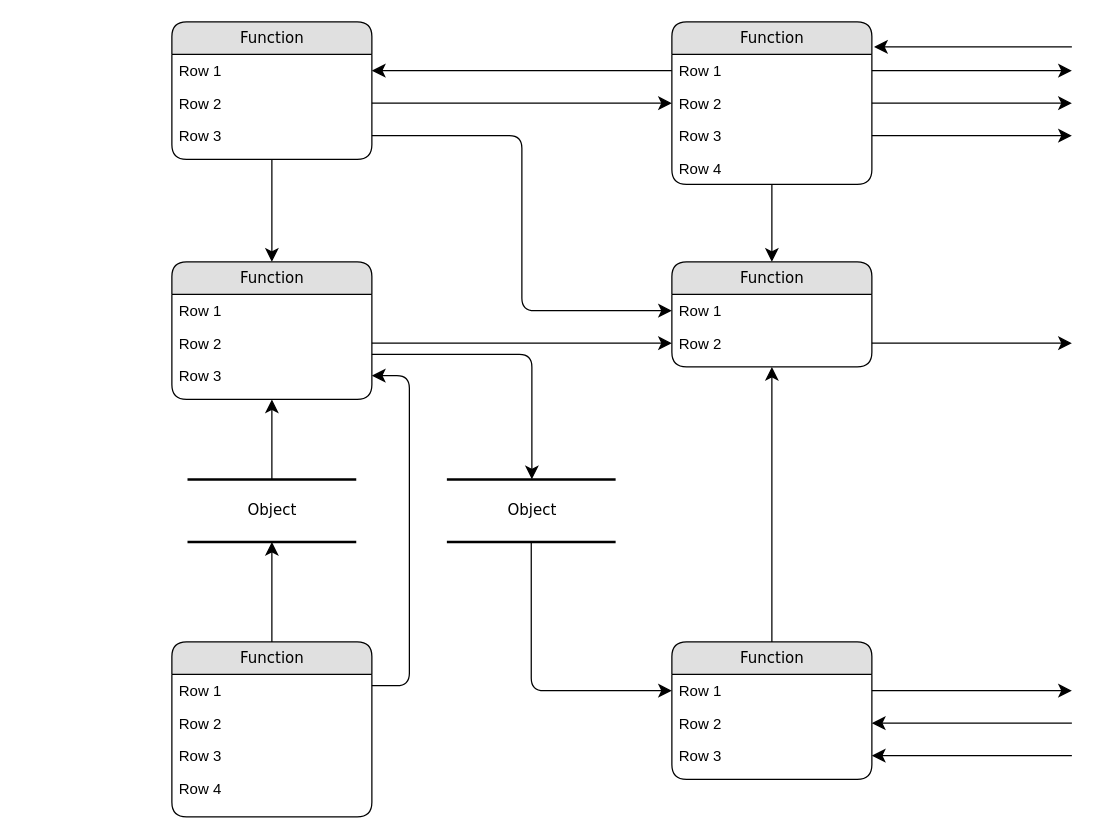
Before: dataflow.drawio in AswathiGR/DFD, a draw.io diagram. Source tidied: cells renumbered, new cells numbered last; positions are measured from the earlier drawing's top-left corner, leaving out a move shared by most shapes. Both pictures are drawn from the tidied source at 125%, with x=0, y=0 at pixel (171, 21).
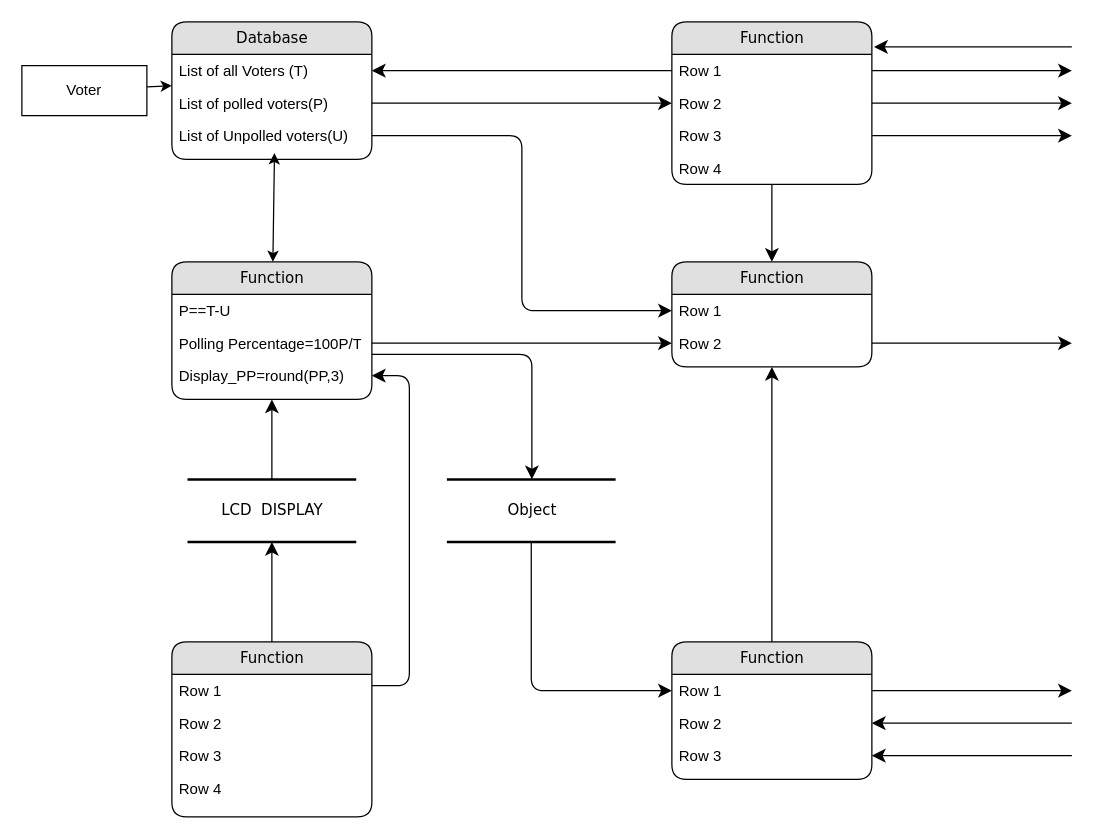
Above is the later version.

The change refers to these unchanged cells:
```xml
<mxCell id="12" value="Function" style="swimlane;html=1;fontStyle=0;horizontal=1;startSize=26;fillColor=#e0e0e0;swimlaneFillColor=#ffffff;align=center;rounded=1;shadow=0;comic=0;labelBackgroundColor=none;strokeWidth=1;fontFamily=Verdana;fontSize=12;" parent="1" vertex="1">
  <mxGeometry y="192" width="160" height="110" as="geometry" />
</mxCell>
```

What changed in the source:
```diff
@@
-    <mxCell id="2" value="Object" style="html=1;rounded=0;shadow=0;comic=0;labelBackgroundColor=none;strokeWidth=2;fontFamily=Verdana;fontSize=12;align=center;shape=mxgraph.ios7ui.horLines;" parent="1" vertex="1">
+    <mxCell id="2" value="LCD&amp;nbsp; DISPLAY" style="html=1;rounded=0;shadow=0;comic=0;labelBackgroundColor=none;strokeWidth=2;fontFamily=Verdana;fontSize=12;align=center;shape=mxgraph.ios7ui.horLines;" parent="1" vertex="1">
       <mxGeometry x="12.5" y="366" width="135" height="50" as="geometry" />
     </mxCell>
-    <mxCell id="3" value="Function" style="swimlane;html=1;fontStyle=0;horizontal=1;startSize=26;fillColor=#e0e0e0;swimlaneFillColor=#ffffff;align=center;rounded=1;shadow=0;comic=0;labelBackgroundColor=none;strokeWidth=1;fontFamily=Verdana;fontSize=12;" parent="1" vertex="1">
+    <mxCell id="3" value="Database" style="swimlane;html=1;fontStyle=0;horizontal=1;startSize=26;fillColor=#e0e0e0;swimlaneFillColor=#ffffff;align=center;rounded=1;shadow=0;comic=0;labelBackgroundColor=none;strokeWidth=1;fontFamily=Verdana;fontSize=12;" parent="1" vertex="1">
       <mxGeometry width="160" height="110" as="geometry" />
     </mxCell>
-    <mxCell id="4" value="Row 1" style="text;html=1;strokeColor=none;fillColor=none;spacingLeft=4;spacingRight=4;whiteSpace=wrap;overflow=hidden;points=[[0,0.5],[1,0.5]];portConstraint=eastwest;" parent="3" vertex="1">
+    <mxCell id="4" value="List of all Voters (T)" style="text;html=1;strokeColor=none;fillColor=none;spacingLeft=4;spacingRight=4;whiteSpace=wrap;overflow=hidden;points=[[0,0.5],[1,0.5]];portConstraint=eastwest;" parent="3" vertex="1">
       <mxGeometry y="26" width="160" height="26" as="geometry" />
     </mxCell>
+    <mxCell id="49" style="endArrow=classic;html=1;rounded=0;entryX=0;entryY=-0.038;entryDx=0;entryDy=0;entryPerimeter=0;" parent="3" edge="1" target="5">
+      <mxGeometry relative="1" as="geometry">
+        <mxPoint x="-20" y="52" as="sourcePoint" />
+      </mxGeometry>
+    </mxCell>
-    <mxCell id="5" value="Row 2" style="text;html=1;strokeColor=none;fillColor=none;spacingLeft=4;spacingRight=4;whiteSpace=wrap;overflow=hidden;points=[[0,0.5],[1,0.5]];portConstraint=eastwest;" parent="3" vertex="1">
+    <mxCell id="5" value="List of polled voters(P)" style="text;html=1;strokeColor=none;fillColor=none;spacingLeft=4;spacingRight=4;whiteSpace=wrap;overflow=hidden;points=[[0,0.5],[1,0.5]];portConstraint=eastwest;" parent="3" vertex="1">
       <mxGeometry y="52" width="160" height="26" as="geometry" />
     </mxCell>
-    <mxCell id="6" value="Row 3" style="text;html=1;strokeColor=none;fillColor=none;spacingLeft=4;spacingRight=4;whiteSpace=wrap;overflow=hidden;points=[[0,0.5],[1,0.5]];portConstraint=eastwest;" parent="3" vertex="1">
+    <mxCell id="6" value="List of Unpolled voters(U)" style="text;html=1;strokeColor=none;fillColor=none;spacingLeft=4;spacingRight=4;whiteSpace=wrap;overflow=hidden;points=[[0,0.5],[1,0.5]];portConstraint=eastwest;" parent="3" vertex="1">
       <mxGeometry y="78" width="160" height="26" as="geometry" />
     </mxCell>
@@
-    <mxCell id="13" value="Row 1" style="text;html=1;strokeColor=none;fillColor=none;spacingLeft=4;spacingRight=4;whiteSpace=wrap;overflow=hidden;" parent="12" vertex="1">
+    <mxCell id="13" value="P==T-U" style="text;html=1;strokeColor=none;fillColor=none;spacingLeft=4;spacingRight=4;whiteSpace=wrap;overflow=hidden;" parent="12" vertex="1">
       <mxGeometry y="26" width="160" height="26" as="geometry" />
     </mxCell>
-    <mxCell id="14" value="Row 2" style="text;html=1;strokeColor=none;fillColor=none;spacingLeft=4;spacingRight=4;whiteSpace=wrap;overflow=hidden;points=[[0,0.5],[1,0.5]];portConstraint=eastwest;" parent="12" vertex="1">
+    <mxCell id="14" value="Polling Percentage=100P/T" style="text;html=1;strokeColor=none;fillColor=none;spacingLeft=4;spacingRight=4;whiteSpace=wrap;overflow=hidden;points=[[0,0.5],[1,0.5]];portConstraint=eastwest;" parent="12" vertex="1">
       <mxGeometry y="52" width="160" height="26" as="geometry" />
     </mxCell>
-    <mxCell id="15" value="Row 3" style="text;html=1;strokeColor=none;fillColor=none;spacingLeft=4;spacingRight=4;whiteSpace=wrap;overflow=hidden;points=[[0,0.5],[1,0.5]];portConstraint=eastwest;" parent="12" vertex="1">
+    <mxCell id="15" value="Display_PP=round(PP,3)" style="text;html=1;strokeColor=none;fillColor=none;spacingLeft=4;spacingRight=4;whiteSpace=wrap;overflow=hidden;points=[[0,0.5],[1,0.5]];portConstraint=eastwest;" parent="12" vertex="1">
       <mxGeometry y="78" width="160" height="26" as="geometry" />
     </mxCell>
@@
-    <mxCell id="34" style="edgeStyle=orthogonalEdgeStyle;html=1;labelBackgroundColor=none;startFill=0;startSize=8;endFill=1;endSize=8;fontFamily=Verdana;fontSize=12;" parent="1" edge="1" source="3" target="12">
-      <mxGeometry relative="1" as="geometry" />
-    </mxCell>
@@
+    <mxCell id="50" value="Voter" style="whiteSpace=wrap;html=1;align=center;" parent="1" vertex="1">
+      <mxGeometry x="-120" y="35" width="100" height="40" as="geometry" />
+    </mxCell>
+    <mxCell id="51" style="endArrow=classic;startArrow=classic;html=1;rounded=0;entryX=0.513;entryY=1.038;entryDx=0;entryDy=0;entryPerimeter=0;" parent="1" edge="1" source="12" target="6">
+      <mxGeometry relative="1" as="geometry" />
+    </mxCell>
```
